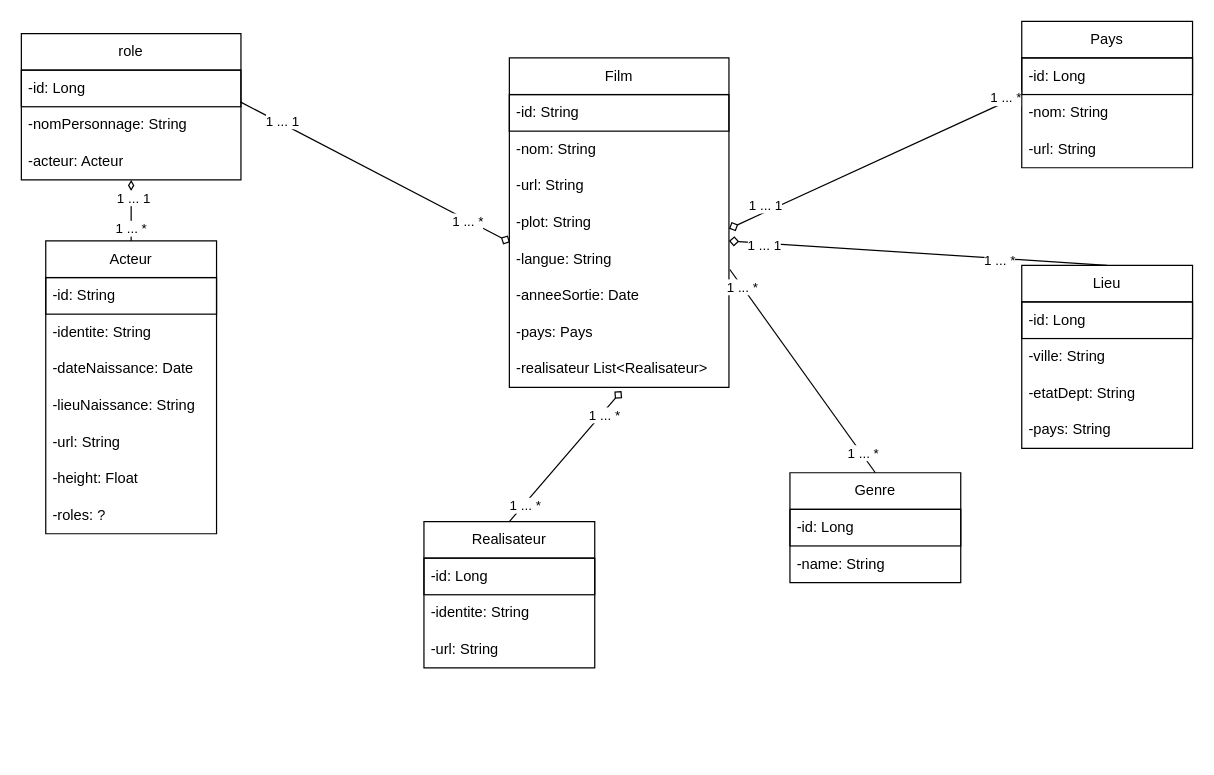
The draw.io diagram conception/model.drawio in S-keyp/dbfilm, before the edit. Source tidied: cells renumbered, new cells numbered last; positions are measured from the earlier drawing's top-left corner, leaving out a move shared by most shapes. Both pictures are drawn from the tidied source at 122%, with x=0, y=0 at pixel (21, 21).
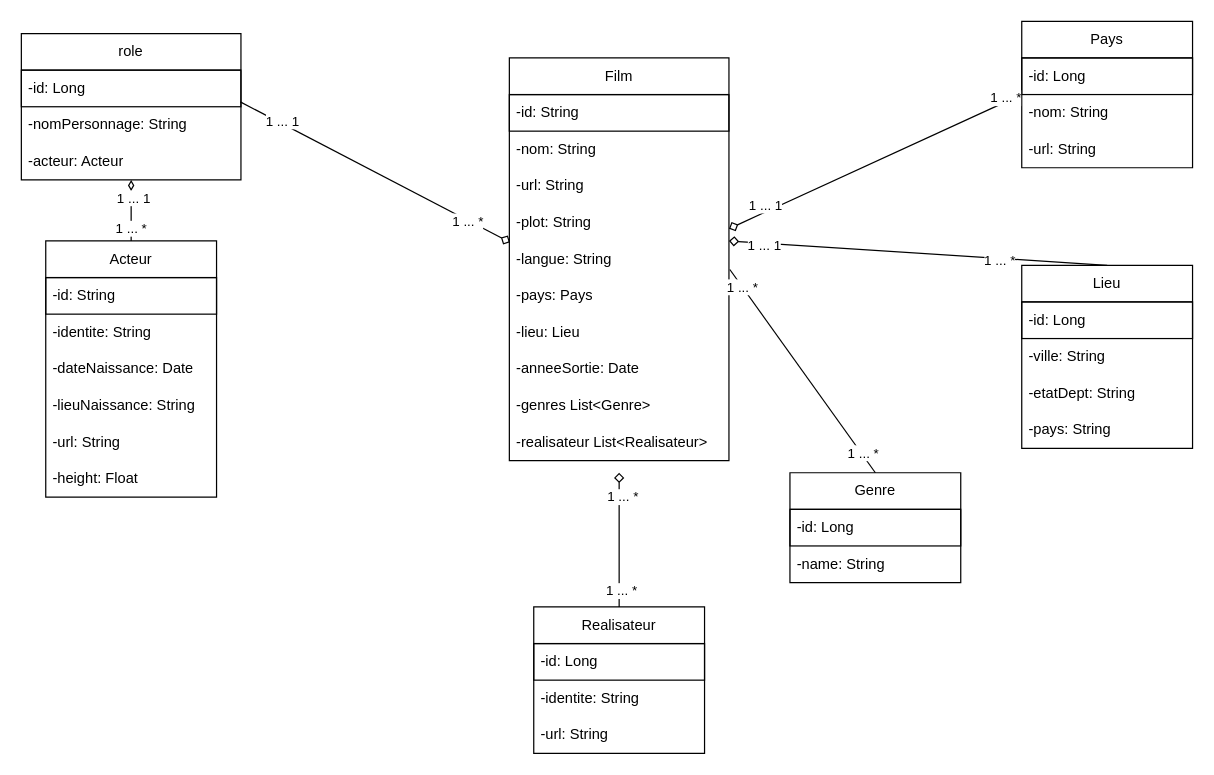
The same diagram, later.

Change to the diagram source:
```diff
@@
-    <mxCell id="2" style="edgeStyle=none;html=1;entryX=0.5;entryY=0;entryDx=0;entryDy=0;startArrow=diamond;startFill=0;endArrow=none;endFill=0;exitX=0.511;exitY=1.1;exitDx=0;exitDy=0;exitPerimeter=0;" parent="1" edge="1" source="13" target="18">
-      <mxGeometry relative="1" as="geometry" />
+    <mxCell id="2" style="edgeStyle=none;html=1;entryX=0.5;entryY=0;entryDx=0;entryDy=0;startArrow=diamond;startFill=0;endArrow=none;endFill=0;" parent="1" edge="1" target="18">
+      <mxGeometry relative="1" as="geometry">
+        <mxPoint x="490" y="370" as="sourcePoint" />
+      </mxGeometry>
     </mxCell>
@@
     <mxCell id="5" value="Film" style="swimlane;fontStyle=0;horizontal=1;startSize=30;whiteSpace=wrap;html=1;" parent="1" vertex="1">
-      <mxGeometry x="400" y="30" width="180" height="270" as="geometry" />
+      <mxGeometry x="400" y="30" width="180" height="330" as="geometry" />
     </mxCell>
@@
+    <mxCell id="12" value="-pays: Pays" style="text;strokeColor=none;fillColor=none;align=left;verticalAlign=middle;spacingLeft=4;spacingRight=4;overflow=hidden;whiteSpace=wrap;html=1;" parent="5" vertex="1">
+      <mxGeometry y="180" width="180" height="30" as="geometry" />
+    </mxCell>
+    <mxCell id="57" value="-lieu: Lieu" style="text;strokeColor=none;fillColor=none;align=left;verticalAlign=middle;spacingLeft=4;spacingRight=4;overflow=hidden;whiteSpace=wrap;html=1;" parent="5" vertex="1">
+      <mxGeometry y="210" width="180" height="30" as="geometry" />
+    </mxCell>
     <mxCell id="11" value="-anneeSortie: Date" style="text;strokeColor=none;fillColor=none;align=left;verticalAlign=middle;spacingLeft=4;spacingRight=4;overflow=hidden;whiteSpace=wrap;html=1;" parent="5" vertex="1">
-      <mxGeometry y="180" width="180" height="30" as="geometry" />
+      <mxGeometry y="240" width="180" height="30" as="geometry" />
     </mxCell>
-    <mxCell id="12" value="-pays: Pays" style="text;strokeColor=none;fillColor=none;align=left;verticalAlign=middle;spacingLeft=4;spacingRight=4;overflow=hidden;whiteSpace=wrap;html=1;" parent="5" vertex="1">
-      <mxGeometry y="210" width="180" height="30" as="geometry" />
-    </mxCell>
+    <mxCell id="58" value="-genres List&amp;lt;Genre&amp;gt;" style="text;strokeColor=none;fillColor=none;align=left;verticalAlign=middle;spacingLeft=4;spacingRight=4;overflow=hidden;whiteSpace=wrap;html=1;" parent="5" vertex="1">
+      <mxGeometry y="270" width="180" height="30" as="geometry" />
+    </mxCell>
     <mxCell id="13" value="-realisateur List&amp;lt;Realisateur&amp;gt;" style="text;strokeColor=none;fillColor=none;align=left;verticalAlign=middle;spacingLeft=4;spacingRight=4;overflow=hidden;points=[[0,0.5],[1,0.5]];portConstraint=eastwest;whiteSpace=wrap;html=1;" parent="5" vertex="1">
-      <mxGeometry y="240" width="180" height="30" as="geometry" />
+      <mxGeometry y="300" width="180" height="30" as="geometry" />
     </mxCell>
@@
     <mxCell id="18" value="Realisateur" style="swimlane;fontStyle=0;horizontal=1;startSize=30;whiteSpace=wrap;html=1;strokeColor=default;" parent="1" vertex="1">
-      <mxGeometry x="330" y="410" width="140" height="120" as="geometry" />
+      <mxGeometry x="420" y="480" width="140" height="120" as="geometry" />
     </mxCell>
@@
     <mxCell id="30" value="Acteur" style="swimlane;fontStyle=0;horizontal=1;startSize=30;whiteSpace=wrap;html=1;" parent="1" vertex="1">
-      <mxGeometry x="20" y="180" width="140" height="240" as="geometry" />
+      <mxGeometry x="20" y="180" width="140" height="210" as="geometry" />
     </mxCell>
@@
-    <mxCell id="37" value="-roles: ?" style="text;strokeColor=none;fillColor=none;align=left;verticalAlign=middle;spacingLeft=4;spacingRight=4;overflow=hidden;whiteSpace=wrap;html=1;" parent="30" vertex="1">
-      <mxGeometry y="210" width="140" height="30" as="geometry" />
-    </mxCell>
```
